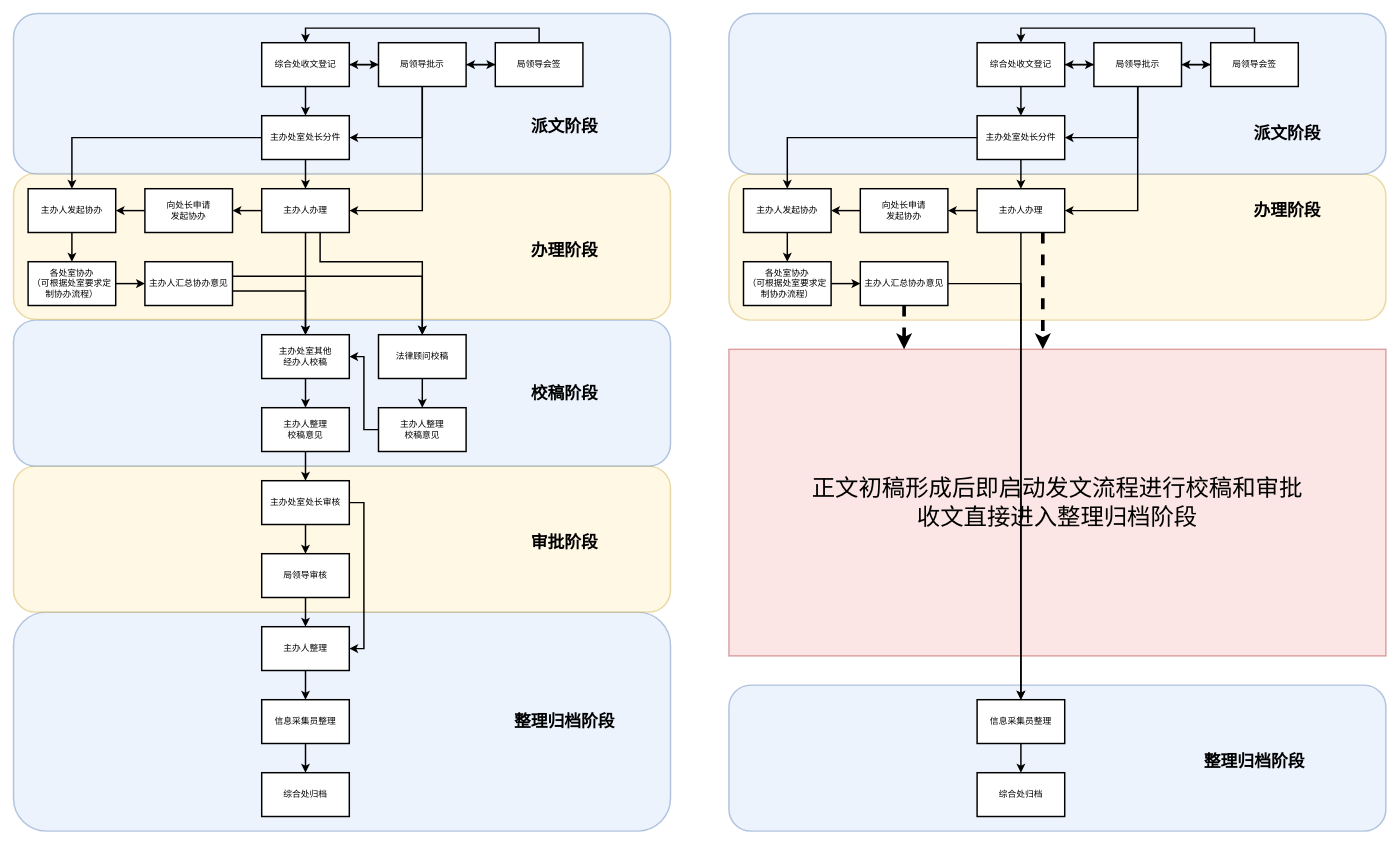
Above: page "一般收文" (5 of 7) of 公文办理流程.drawio in 806100963/draw.io (draw.io), before the change. Source tidied: cells renumbered, new cells numbered last; positions are measured from the earlier drawing's top-left corner, leaving out a move shared by most shapes. Both pictures are drawn from the tidied source at 73%, with x=0, y=0 at pixel (13, 13).
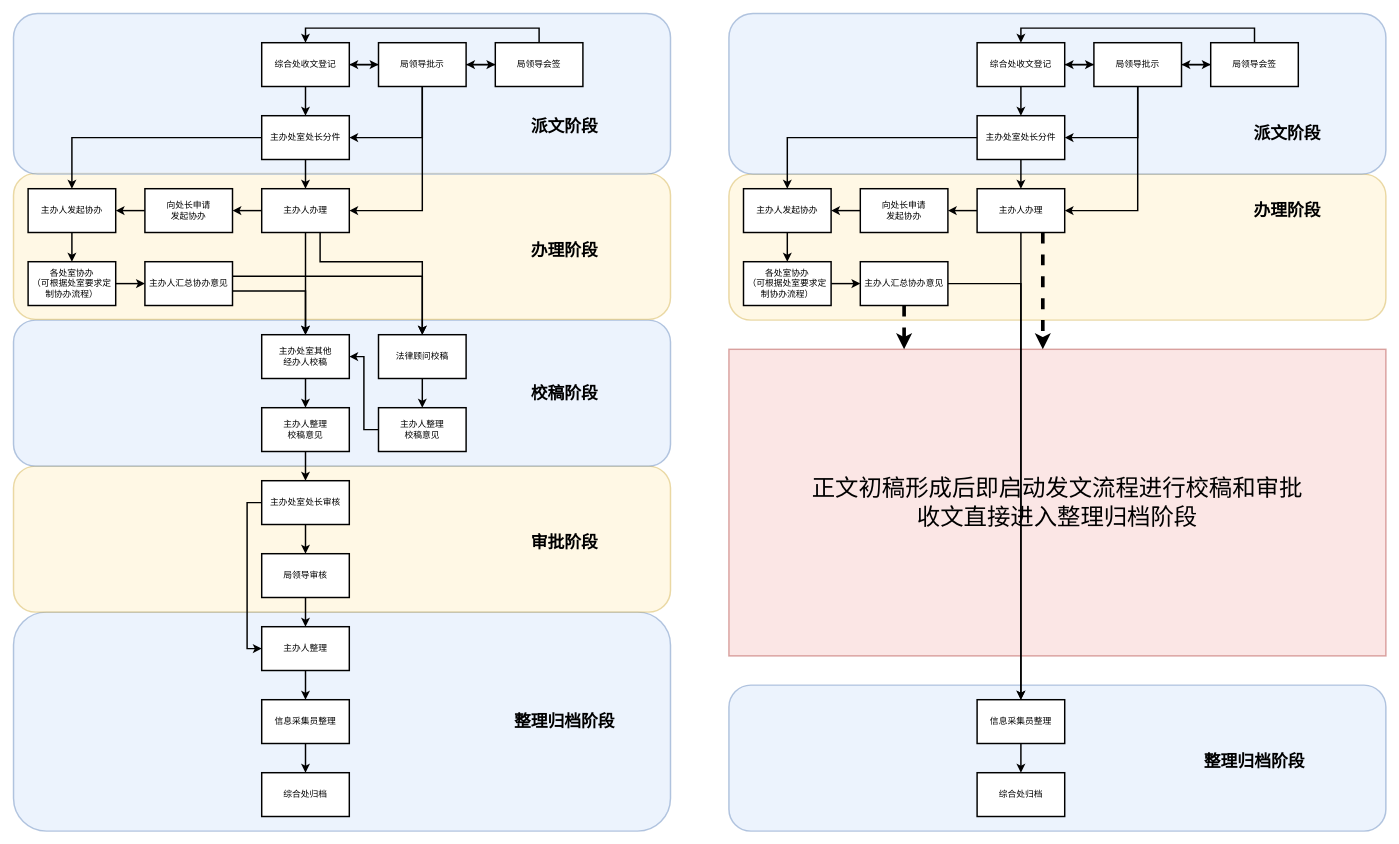
The same page after the edit.

Unchanged cells that the change refers to:
```xml
<mxCell id="29" value="主办处室处长审核" style="rounded=0;whiteSpace=wrap;html=1;strokeWidth=2;" parent="1" vertex="1">
  <mxGeometry x="340" y="640" width="120" height="60" as="geometry" />
</mxCell>
<mxCell id="33" value="主办人整理" style="rounded=0;whiteSpace=wrap;html=1;strokeWidth=2;" parent="1" vertex="1">
  <mxGeometry x="340" y="840" width="120" height="60" as="geometry" />
</mxCell>
```

Change to the diagram source:
```diff
@@
-    <mxCell id="28" style="edgeStyle=orthogonalEdgeStyle;rounded=0;jettySize=auto;html=1;exitX=1;exitY=0.5;exitDx=0;exitDy=0;entryX=1;entryY=0.5;entryDx=0;entryDy=0;strokeWidth=2;" parent="1" edge="1" source="29" target="33">
+    <mxCell id="28" style="edgeStyle=orthogonalEdgeStyle;rounded=0;jettySize=auto;html=1;strokeWidth=2;" parent="1" edge="1" source="29" target="33">
       <mxGeometry relative="1" as="geometry">
         <Array as="points">
-          <mxPoint x="480" y="670" />
-          <mxPoint x="480" y="870" />
+          <mxPoint x="320" y="670" />
+          <mxPoint x="320" y="870" />
         </Array>
       </mxGeometry>
     </mxCell>
```
